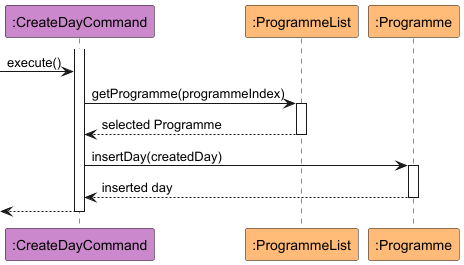
Before: docs/images/addDayCommand.png, a diagram exported from PlantUML (nus-cs2113-AY2425S1/tp).
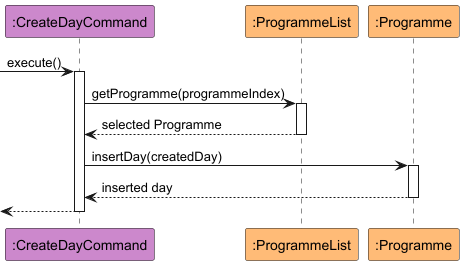
The same file after the commit.

Change to the diagram source:
```diff
@@ -5,9 +5,9 @@
 
 
 
+
+-> CreateDayCommand : execute()
 activate CreateDayCommand
--> CreateDayCommand : execute()
-
 CreateDayCommand -> ProgrammeList : getProgramme(programmeIndex)
 activate ProgrammeList
 
```
